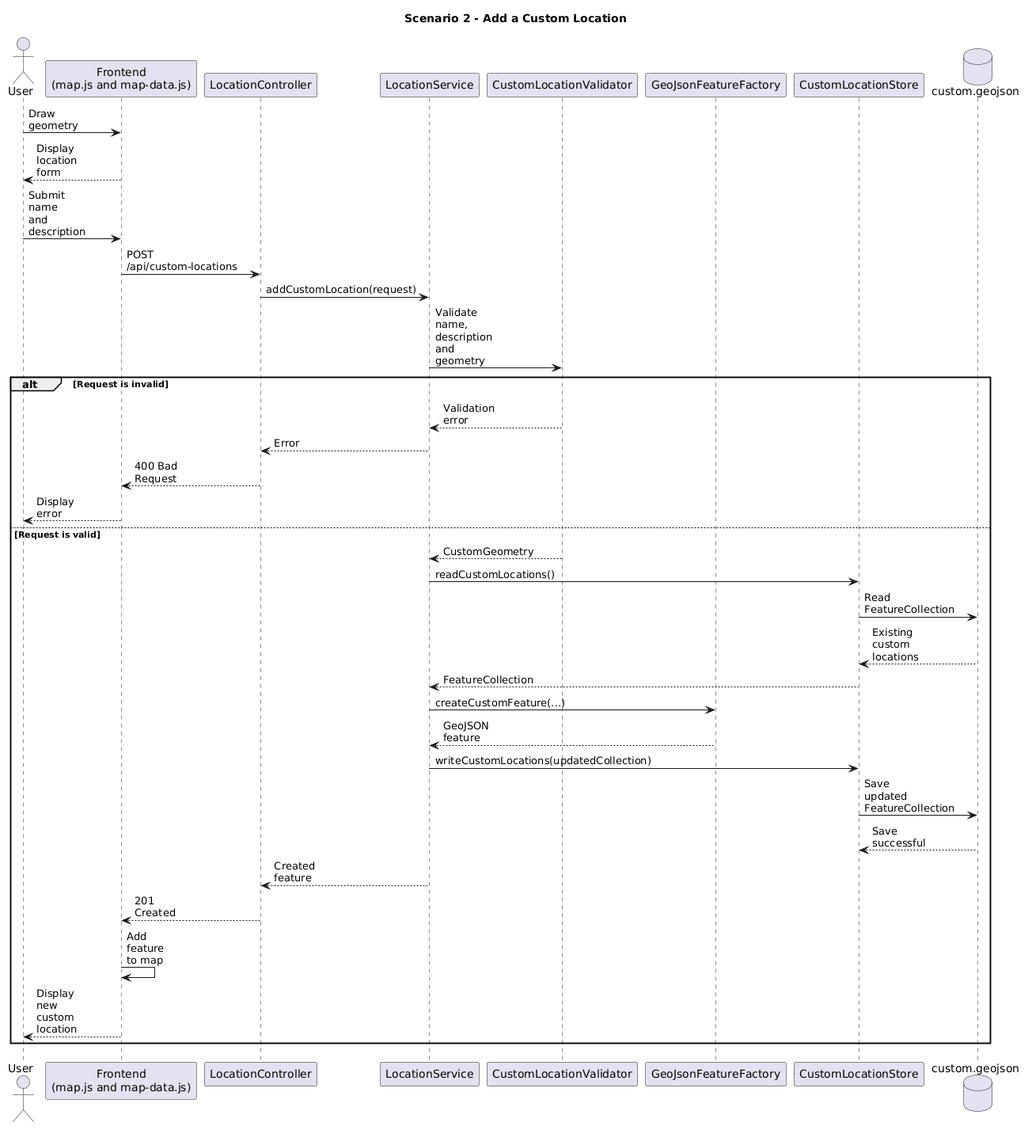
Above: diagrams/sequence-diagram-scenario-2.png in BerkayySimsekk/MilSOFT-Bilkent-Campus-Explorer (PlantUML), before the change. The source it was exported from:
```plantuml
@startuml
title Scenario 2 - Add a Custom Location

skinparam shadowing false
skinparam maxMessageSize 60

actor User
participant "Frontend\n(map.js and map-data.js)" as Frontend
participant LocationController as Controller
participant LocationService as LocationService
participant CustomLocationValidator as Validator
participant GeoJsonFeatureFactory as Factory
participant CustomLocationStore as Store
database "custom.geojson" as File

User -> Frontend: Draw geometry
Frontend --> User: Display location form
User -> Frontend: Submit name and description

Frontend -> Controller: POST /api/custom-locations
Controller -> LocationService: addCustomLocation(request)

LocationService -> Validator: Validate name, description and geometry

alt Request is invalid
    Validator --> LocationService: Validation error
    LocationService --> Controller: Error
    Controller --> Frontend: 400 Bad Request
    Frontend --> User: Display error
else Request is valid
    Validator --> LocationService: CustomGeometry

    LocationService -> Store: readCustomLocations()
    Store -> File: Read FeatureCollection
    File --> Store: Existing custom locations
    Store --> LocationService: FeatureCollection

    LocationService -> Factory: createCustomFeature(...)
    Factory --> LocationService: GeoJSON feature

    LocationService -> Store: writeCustomLocations(updatedCollection)
    Store -> File: Save updated FeatureCollection
    File --> Store: Save successful

    LocationService --> Controller: Created feature
    Controller --> Frontend: 201 Created
    Frontend -> Frontend: Add feature to map
    Frontend --> User: Display new custom location
end
@enduml
```
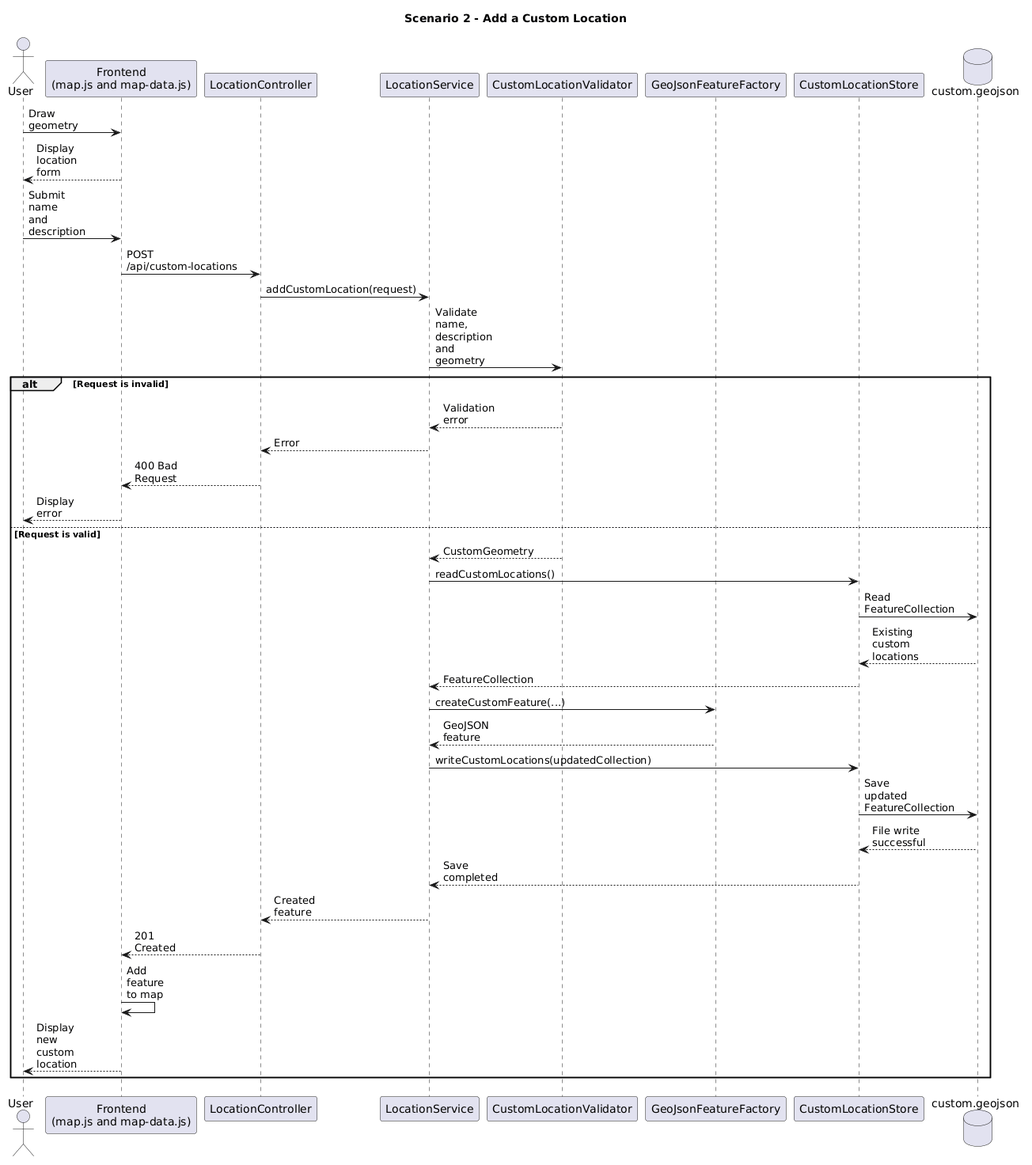
Later version of the same file.

Diff of the diagram source:
```diff
@@ -40,7 +40,8 @@
 
     LocationService -> Store: writeCustomLocations(updatedCollection)
     Store -> File: Save updated FeatureCollection
-    File --> Store: Save successful
+    File --> Store: File write successful
+    Store --> LocationService: Save completed
 
     LocationService --> Controller: Created feature
     Controller --> Frontend: 201 Created
```
